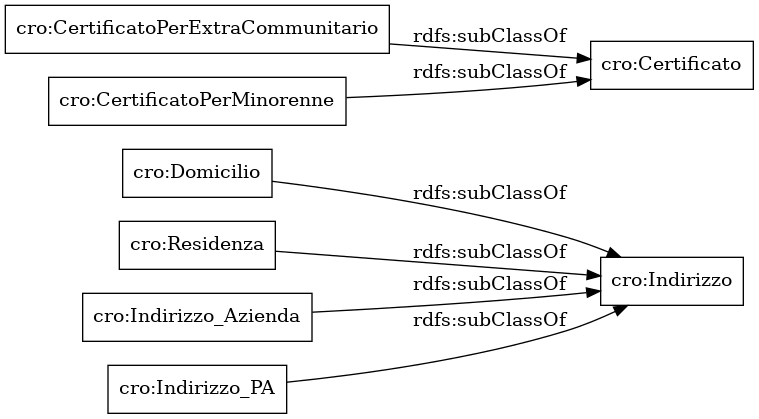
This is OnToology/CertificateRequest.ttl/diagrams/ar2dtool-taxonomy/CertificateRequest.ttl.png from gcarau/RichiestaCertificati, a Graphviz export, as it was before one commit. Its source is kept beside it as OnToology/CertificateRequest.ttl/diagrams/ar2dtool-taxonomy/CertificateRequest.ttl.png.dot. The source it was exported from:
```dot
digraph ar2dtool_diagram {
rankdir=LR;
size="1000"
node [shape = rectangle, color="black"]; "cro:Domicilio" "cro:Residenza" "cro:CertificatoPerExtraCommunitario" "cro:Indirizzo_Azienda" "cro:Indirizzo" "cro:Indirizzo_PA" "cro:CertificatoPerMinorenne" "cro:Certificato" ; /*classes style*/
	"cro:CertificatoPerExtraCommunitario" -> "cro:Certificato" [ label = "rdfs:subClassOf" ];
	"cro:CertificatoPerMinorenne" -> "cro:Certificato" [ label = "rdfs:subClassOf" ];
	"cro:Indirizzo_Azienda" -> "cro:Indirizzo" [ label = "rdfs:subClassOf" ];
	"cro:Residenza" -> "cro:Indirizzo" [ label = "rdfs:subClassOf" ];
	"cro:Domicilio" -> "cro:Indirizzo" [ label = "rdfs:subClassOf" ];
	"cro:Indirizzo_PA" -> "cro:Indirizzo" [ label = "rdfs:subClassOf" ];

}
```
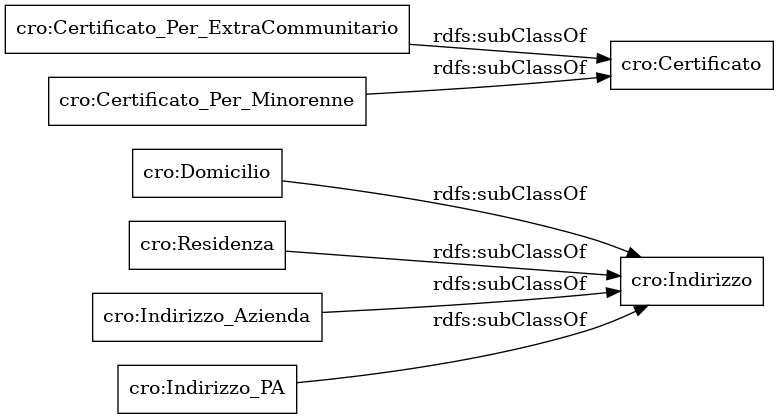
Later version of the same file.

What changed in the source:
```diff
@@ -1,10 +1,10 @@
 digraph ar2dtool_diagram {
 rankdir=LR;
 size="1000"
-node [shape = rectangle, color="black"]; "cro:Domicilio" "cro:Residenza" "cro:CertificatoPerExtraCommunitario" "cro:Indirizzo_Azienda" "cro:Indirizzo" "cro:Indirizzo_PA" "cro:CertificatoPerMinorenne" "cro:Certificato" ; /*classes style*/
-	"cro:CertificatoPerExtraCommunitario" -> "cro:Certificato" [ label = "rdfs:subClassOf" ];
-	"cro:CertificatoPerMinorenne" -> "cro:Certificato" [ label = "rdfs:subClassOf" ];
+node [shape = rectangle, color="black"]; "cro:Domicilio" "cro:Certificato_Per_ExtraCommunitario" "cro:Residenza" "cro:Indirizzo_Azienda" "cro:Certificato_Per_Minorenne" "cro:Indirizzo" "cro:Indirizzo_PA" "cro:Certificato" ; /*classes style*/
+	"cro:Certificato_Per_Minorenne" -> "cro:Certificato" [ label = "rdfs:subClassOf" ];
 	"cro:Indirizzo_Azienda" -> "cro:Indirizzo" [ label = "rdfs:subClassOf" ];
+	"cro:Certificato_Per_ExtraCommunitario" -> "cro:Certificato" [ label = "rdfs:subClassOf" ];
 	"cro:Residenza" -> "cro:Indirizzo" [ label = "rdfs:subClassOf" ];
 	"cro:Domicilio" -> "cro:Indirizzo" [ label = "rdfs:subClassOf" ];
 	"cro:Indirizzo_PA" -> "cro:Indirizzo" [ label = "rdfs:subClassOf" ];
```
